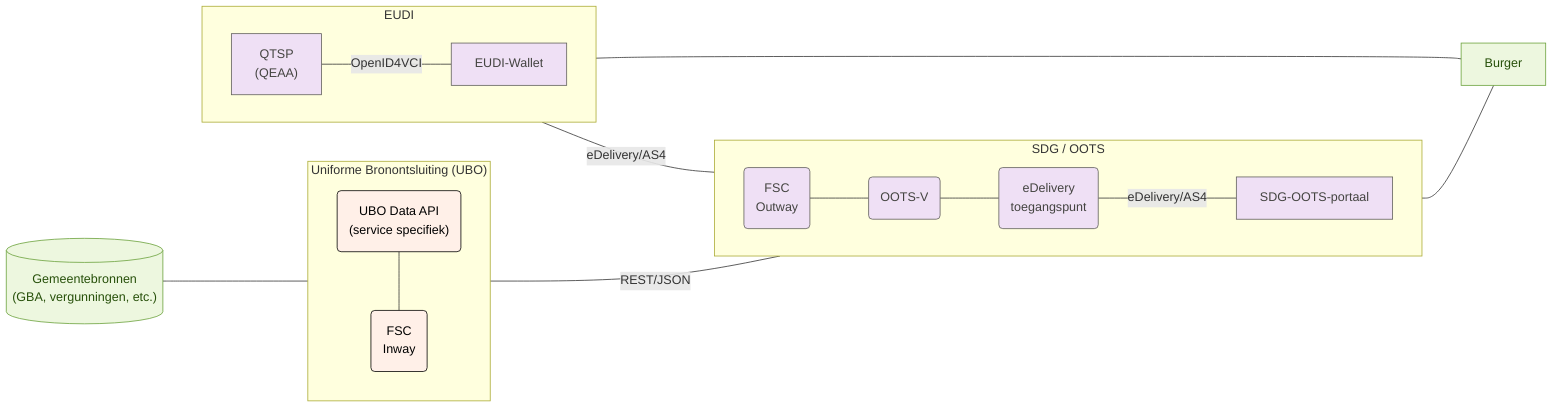
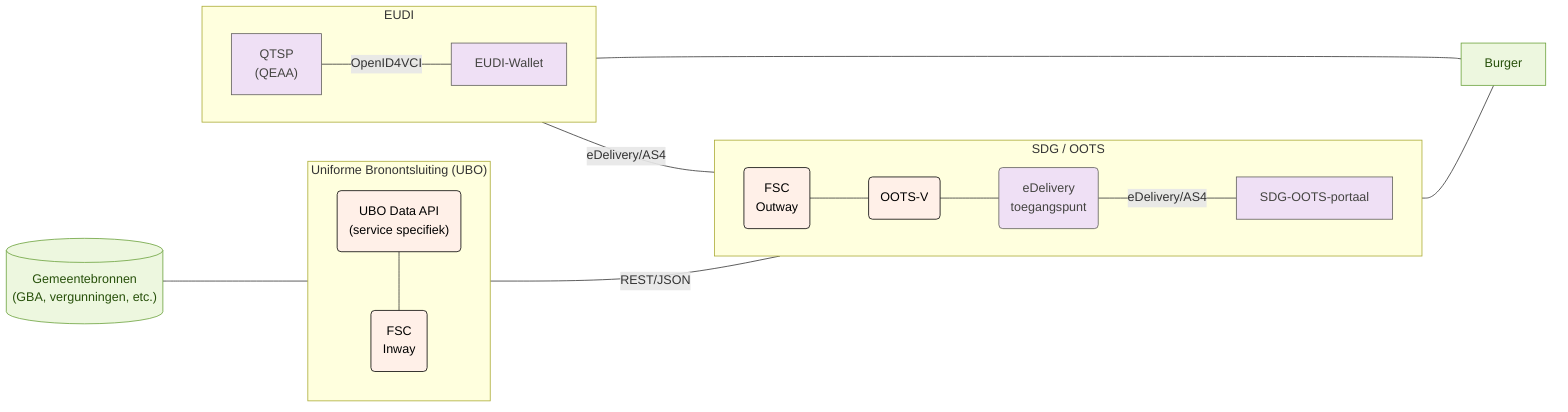
flowchart LR
  subgraph ubo["Uniforme Bronontsluiting (UBO)"]
    direction TB
    data_api("UBO Data API<br/>(service specifiek)")
    fsc("FSC<br/>Inway")
  end

%%  subgraph synergy["Synergy"]
    subgraph oots["SDG / OOTS"]
      direction LR
      oots_outway("FSC<br/>Outway")
      oots_v("OOTS-V")
      oots_delivery("eDelivery<br/>toegangspunt")
      oots_afnemer["SDG-OOTS-portaal"]
    end
    subgraph eudi["EUDI"]
      direction LR
      eudi_qeaa["QTSP<br/>(QEAA)"]
      eudi_wallet["EUDI-Wallet"]
    end
%%  end

  burger

  bron[("Gemeentebronnen<br/>(GBA, vergunningen, etc.)")] --- data_api --- fsc --REST/JSON--- oots_outway
  oots_outway --- oots_v --- oots_delivery --eDelivery/AS4--- oots_afnemer

  oots_delivery --eDelivery/AS4--- eudi_qeaa --OpenID4VCI--- eudi_wallet
  eudi_qeaa ~~~ oots_afnemer

  eudi_wallet --- burger["Burger"]
  oots_afnemer --- burger

  fsc:::ubo
  data_api:::ubo

  eudi_qeaa:::eudi
  eudi_wallet:::eudi

-   oots_outway:::oots
-   oots_v:::oots
+   oots_outway:::ubo
+   oots_v:::ubo
  oots_delivery:::oots
  oots_afnemer:::oots

%%  synergy:::synergy

  bron:::bron
  burger:::burger

  classDef bron fill:#edf7df,stroke:#6aa13a,color:#27500a
  classDef eudi fill:#efe0f5,stroke:#5f5e5a,color:#444441
  classDef oots fill:#efe0f5,stroke:#5f5e5a,color:#444441
  classDef ubo fill:#fff0e8,stroke:#000000,color:#000000
  classDef synergy fill:#f1efe8,stroke:#5f5e5a,color:#444441
  classDef burger fill:#edf7df,stroke:#6aa13a,color:#27500a
